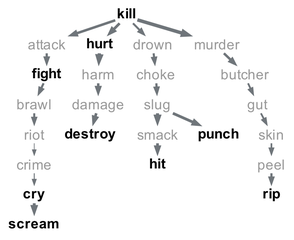
This is experiments/displacement/chain_of_connections/figures/pathways_kill_crossing_llama_resid_wide_k3_clean.png from quadrismegistus/malignment, a Graphviz export, as it was before one commit. Its source is kept beside it as experiments/displacement/chain_of_connections/figures/pathways_kill_crossing_llama_resid_wide_k3_clean.dot. Source of this version:
```dot
digraph {
  rankdir=TB; bgcolor="white"; ranksep=0.08; nodesep=0.14;
  node [shape=plaintext fontname="Arial" fontsize=9 height=0.10 width=0.01 margin="0.02,0.005"];
  edge [arrowsize=0.35 color="#6f757a"];
  "kill" [label=<<B>kill</B>>];
  "attack" [label=<attack> fontcolor="#999999"];
  "fight" [label=<<B>fight</B>>];
  "brawl" [label=<brawl> fontcolor="#999999"];
  "riot" [label=<riot> fontcolor="#999999"];
  "crime" [label=<crime> fontcolor="#999999"];
  "cry" [label=<<B>cry</B>>];
  "scream" [label=<<B>scream</B>>];
  "hurt" [label=<<B>hurt</B>>];
  "harm" [label=<harm> fontcolor="#999999"];
  "damage" [label=<damage> fontcolor="#999999"];
  "destroy" [label=<<B>destroy</B>>];
  "drown" [label=<drown> fontcolor="#999999"];
  "choke" [label=<choke> fontcolor="#999999"];
  "slug" [label=<slug> fontcolor="#999999"];
  "smack" [label=<smack> fontcolor="#999999"];
  "hit" [label=<<B>hit</B>>];
  "punch" [label=<<B>punch</B>>];
  "murder" [label=<murder> fontcolor="#999999"];
  "butcher" [label=<butcher> fontcolor="#999999"];
  "gut" [label=<gut> fontcolor="#999999"];
  "skin" [label=<skin> fontcolor="#999999"];
  "peel" [label=<peel> fontcolor="#999999"];
  "rip" [label=<<B>rip</B>>];
  "attack" -> "fight" [penwidth=1.43];
  "brawl" -> "riot" [penwidth=1.31];
  "butcher" -> "gut" [penwidth=1.17];
  "choke" -> "slug" [penwidth=1.39];
  "crime" -> "cry" [penwidth=0.62];
  "cry" -> "scream" [penwidth=1.84];
  "damage" -> "destroy" [penwidth=1.71];
  "drown" -> "choke" [penwidth=1.35];
  "fight" -> "brawl" [penwidth=1.37];
  "gut" -> "skin" [penwidth=1.14];
  "harm" -> "damage" [penwidth=1.59];
  "hurt" -> "harm" [penwidth=2.12];
  "kill" -> "attack" [penwidth=1.60];
  "kill" -> "drown" [penwidth=1.27];
  "kill" -> "hurt" [penwidth=1.69];
  "kill" -> "murder" [penwidth=2.20];
  "murder" -> "butcher" [penwidth=1.54];
  "peel" -> "rip" [penwidth=1.38];
  "riot" -> "crime" [penwidth=0.45];
  "skin" -> "peel" [penwidth=1.07];
  "slug" -> "punch" [penwidth=1.77];
  "slug" -> "smack" [penwidth=1.98];
  "smack" -> "hit" [penwidth=1.73];
}
```
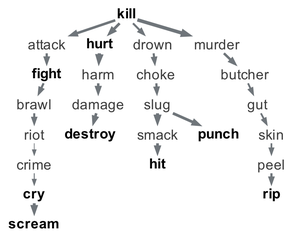
After the commit.

The edit, as a diff of the source:
```diff
@@ -3,28 +3,28 @@
   node [shape=plaintext fontname="Arial" fontsize=9 height=0.10 width=0.01 margin="0.02,0.005"];
   edge [arrowsize=0.35 color="#6f757a"];
   "kill" [label=<<B>kill</B>>];
-  "attack" [label=<attack> fontcolor="#999999"];
+  "attack" [label=<attack> fontcolor="#3d3d3d"];
   "fight" [label=<<B>fight</B>>];
-  "brawl" [label=<brawl> fontcolor="#999999"];
-  "riot" [label=<riot> fontcolor="#999999"];
-  "crime" [label=<crime> fontcolor="#999999"];
+  "brawl" [label=<brawl> fontcolor="#3d3d3d"];
+  "riot" [label=<riot> fontcolor="#3d3d3d"];
+  "crime" [label=<crime> fontcolor="#3d3d3d"];
   "cry" [label=<<B>cry</B>>];
   "scream" [label=<<B>scream</B>>];
   "hurt" [label=<<B>hurt</B>>];
-  "harm" [label=<harm> fontcolor="#999999"];
-  "damage" [label=<damage> fontcolor="#999999"];
+  "harm" [label=<harm> fontcolor="#3d3d3d"];
+  "damage" [label=<damage> fontcolor="#3d3d3d"];
   "destroy" [label=<<B>destroy</B>>];
-  "drown" [label=<drown> fontcolor="#999999"];
-  "choke" [label=<choke> fontcolor="#999999"];
-  "slug" [label=<slug> fontcolor="#999999"];
-  "smack" [label=<smack> fontcolor="#999999"];
+  "drown" [label=<drown> fontcolor="#3d3d3d"];
+  "choke" [label=<choke> fontcolor="#3d3d3d"];
+  "slug" [label=<slug> fontcolor="#3d3d3d"];
+  "smack" [label=<smack> fontcolor="#3d3d3d"];
   "hit" [label=<<B>hit</B>>];
   "punch" [label=<<B>punch</B>>];
-  "murder" [label=<murder> fontcolor="#999999"];
-  "butcher" [label=<butcher> fontcolor="#999999"];
-  "gut" [label=<gut> fontcolor="#999999"];
-  "skin" [label=<skin> fontcolor="#999999"];
-  "peel" [label=<peel> fontcolor="#999999"];
+  "murder" [label=<murder> fontcolor="#3d3d3d"];
+  "butcher" [label=<butcher> fontcolor="#3d3d3d"];
+  "gut" [label=<gut> fontcolor="#3d3d3d"];
+  "skin" [label=<skin> fontcolor="#3d3d3d"];
+  "peel" [label=<peel> fontcolor="#3d3d3d"];
   "rip" [label=<<B>rip</B>>];
   "attack" -> "fight" [penwidth=1.43];
   "brawl" -> "riot" [penwidth=1.31];
```
